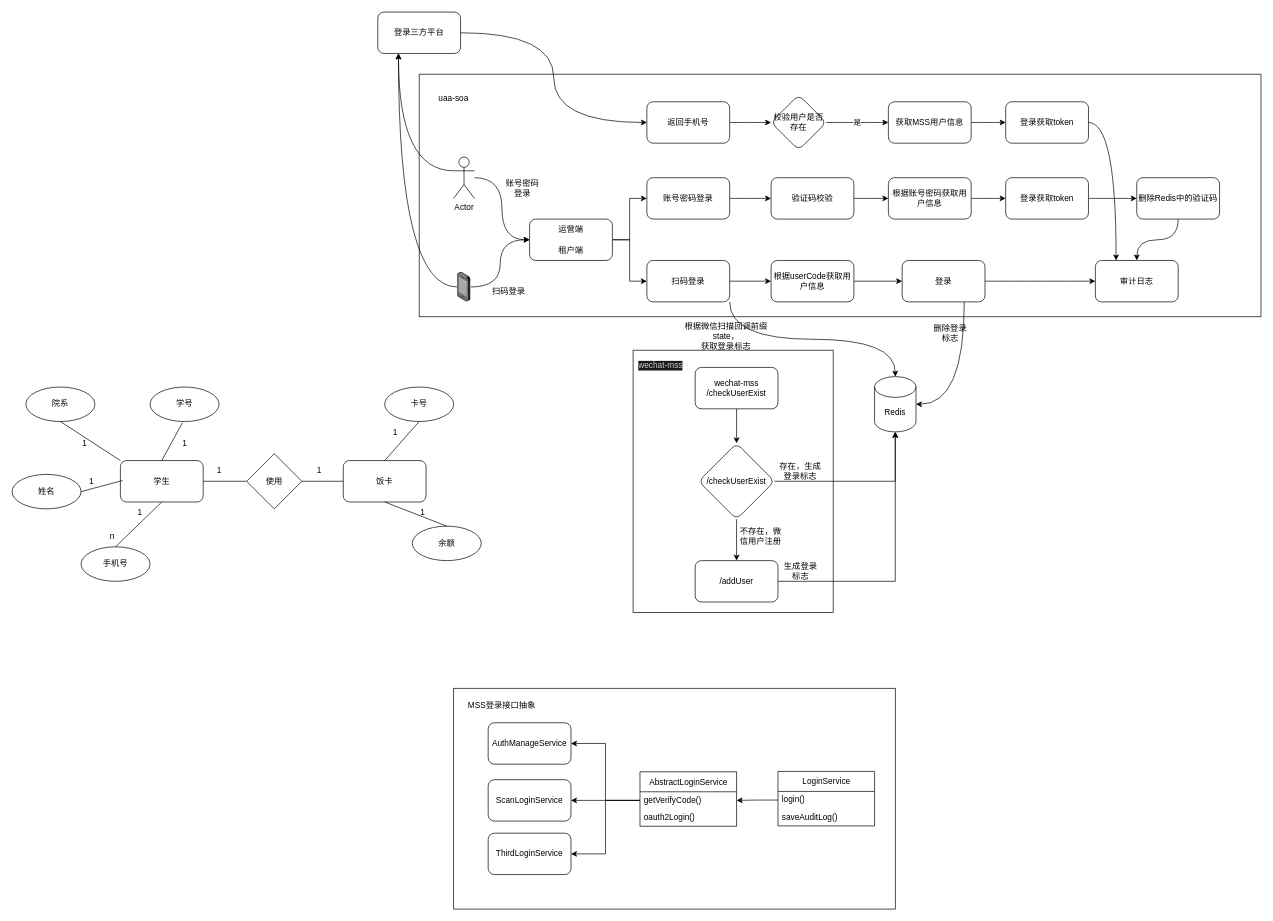
This is ah-security/src/main/java/com/zhansc/ahsecurity/mss/mss登录认证.drawio from zhansc/worksheet, a draw.io file, before an edit. Source tidied: cells renumbered, new cells numbered last; positions are measured from the earlier drawing's top-left corner, leaving out a move shared by most shapes. Both pictures are drawn from the tidied source at 69%, with x=0, y=0 at pixel (12, 12).
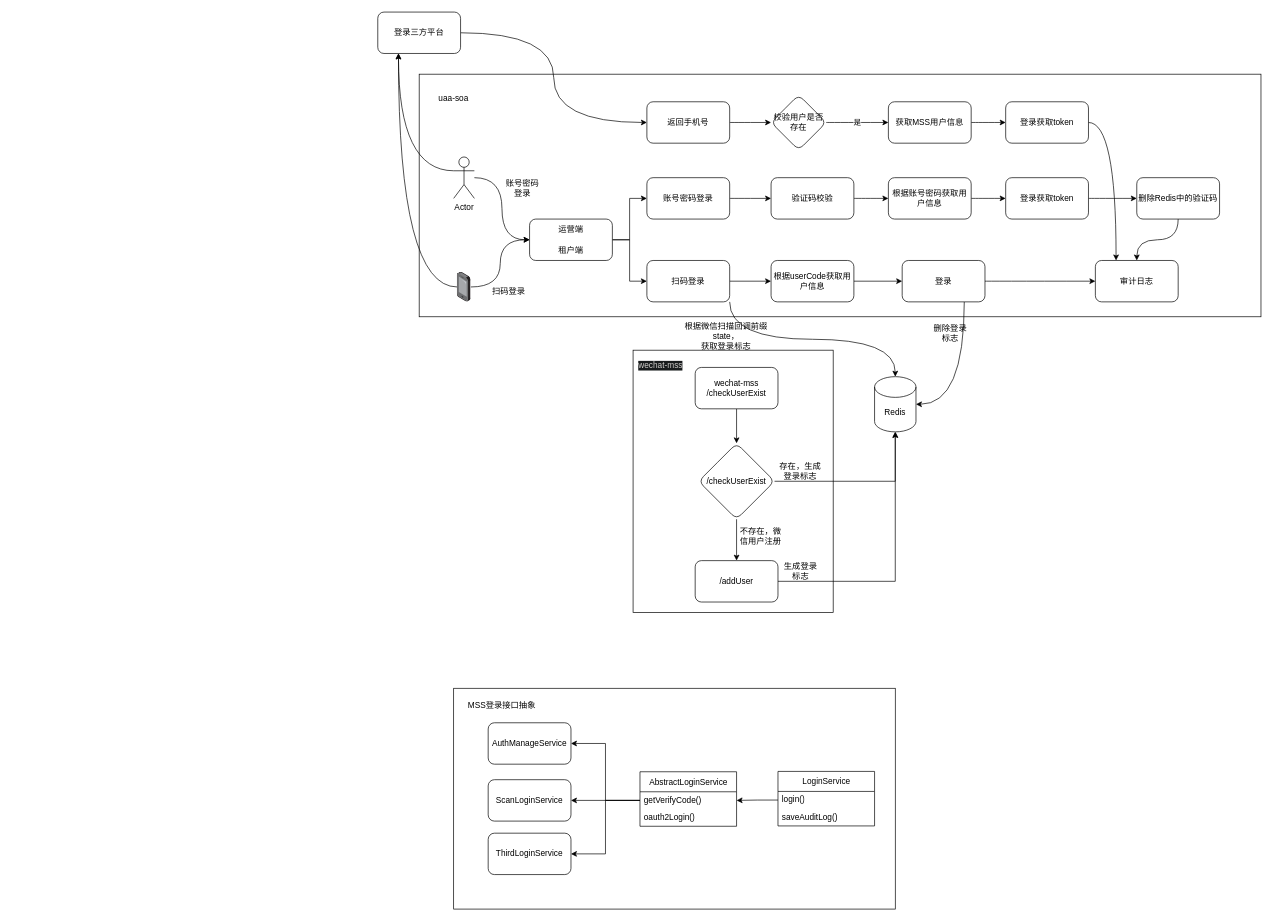
The same diagram, later.

What changed in the source:
```diff
@@
-    <mxCell id="76" value="学生" style="rounded=1;whiteSpace=wrap;html=1;" parent="1" vertex="1">
-      <mxGeometry x="157" y="650" width="120" height="60" as="geometry" />
-    </mxCell>
-    <mxCell id="77" value="院系" style="ellipse;whiteSpace=wrap;html=1;" parent="1" vertex="1">
-      <mxGeometry x="20" y="543.4" width="100" height="50" as="geometry" />
-    </mxCell>
-    <mxCell id="78" value="手机号" style="ellipse;whiteSpace=wrap;html=1;" parent="1" vertex="1">
-      <mxGeometry x="100" y="775" width="100" height="50" as="geometry" />
-    </mxCell>
-    <mxCell id="79" value="学号" style="ellipse;whiteSpace=wrap;html=1;" parent="1" vertex="1">
-      <mxGeometry x="200" y="543.4" width="100" height="50" as="geometry" />
-    </mxCell>
-    <mxCell id="80" value="姓名" style="ellipse;whiteSpace=wrap;html=1;" parent="1" vertex="1">
-      <mxGeometry y="670" width="100" height="50" as="geometry" />
-    </mxCell>
-    <mxCell id="81" value="饭卡" style="rounded=1;whiteSpace=wrap;html=1;" parent="1" vertex="1">
-      <mxGeometry x="480" y="650" width="120" height="60" as="geometry" />
-    </mxCell>
-    <mxCell id="82" value="卡号" style="ellipse;whiteSpace=wrap;html=1;" parent="1" vertex="1">
-      <mxGeometry x="540" y="543.4" width="100" height="50" as="geometry" />
-    </mxCell>
-    <mxCell id="83" value="余额" style="ellipse;whiteSpace=wrap;html=1;" parent="1" vertex="1">
-      <mxGeometry x="580" y="745" width="100" height="50" as="geometry" />
-    </mxCell>
-    <mxCell id="84" value="使用" style="rhombus;whiteSpace=wrap;html=1;" parent="1" vertex="1">
-      <mxGeometry x="340" y="640" width="80" height="80" as="geometry" />
-    </mxCell>
-    <mxCell id="85" style="endArrow=none;html=1;rounded=0;entryX=0;entryY=0.5;entryDx=0;entryDy=0;exitX=1;exitY=0.5;exitDx=0;exitDy=0;" parent="1" edge="1" source="84" target="81">
-      <mxGeometry relative="1" as="geometry" />
-    </mxCell>
-    <mxCell id="86" style="endArrow=none;html=1;rounded=0;exitX=1;exitY=0.5;exitDx=0;exitDy=0;entryX=0;entryY=0.5;entryDx=0;entryDy=0;" parent="1" edge="1" source="76" target="84">
-      <mxGeometry relative="1" as="geometry" />
-    </mxCell>
-    <mxCell id="87" value="1" style="text;html=1;align=center;verticalAlign=middle;strokeColor=none;fillColor=none;" parent="1" vertex="1">
-      <mxGeometry x="285" y="650" width="30" height="30" as="geometry" />
-    </mxCell>
-    <mxCell id="88" value="1" style="text;html=1;align=center;verticalAlign=middle;strokeColor=none;fillColor=none;" parent="1" vertex="1">
-      <mxGeometry x="430" y="650" width="30" height="30" as="geometry" />
-    </mxCell>
-    <mxCell id="89" style="endArrow=none;html=1;rounded=0;entryX=0.025;entryY=0.483;entryDx=0;entryDy=0;exitX=1;exitY=0.5;exitDx=0;exitDy=0;entryPerimeter=0;" parent="1" edge="1" source="80" target="76">
-      <mxGeometry relative="1" as="geometry" />
-    </mxCell>
-    <mxCell id="90" value="1" style="text;html=1;align=center;verticalAlign=middle;strokeColor=none;fillColor=none;" parent="1" vertex="1">
-      <mxGeometry x="100" y="665" width="30" height="30" as="geometry" />
-    </mxCell>
-    <mxCell id="91" style="endArrow=none;html=1;rounded=0;entryX=0.5;entryY=1;entryDx=0;entryDy=0;exitX=0.5;exitY=0;exitDx=0;exitDy=0;" parent="1" edge="1" source="78" target="76">
-      <mxGeometry relative="1" as="geometry" />
-    </mxCell>
-    <mxCell id="92" value="1" style="text;html=1;align=center;verticalAlign=middle;strokeColor=none;fillColor=none;" parent="1" vertex="1">
-      <mxGeometry x="170" y="710" width="30" height="30" as="geometry" />
-    </mxCell>
-    <mxCell id="93" value="n" style="text;html=1;align=center;verticalAlign=middle;strokeColor=none;fillColor=none;" parent="1" vertex="1">
-      <mxGeometry x="130" y="745" width="30" height="30" as="geometry" />
-    </mxCell>
-    <mxCell id="94" style="endArrow=none;html=1;rounded=0;entryX=0.567;entryY=0.053;entryDx=0;entryDy=0;exitX=0.5;exitY=0;exitDx=0;exitDy=0;entryPerimeter=0;" parent="1" edge="1" source="76">
-      <mxGeometry relative="1" as="geometry">
-        <mxPoint x="247" y="595" as="targetPoint" />
-      </mxGeometry>
-    </mxCell>
-    <mxCell id="95" value="1" style="text;html=1;align=center;verticalAlign=middle;strokeColor=none;fillColor=none;" parent="1" vertex="1">
-      <mxGeometry x="235" y="610" width="30" height="30" as="geometry" />
-    </mxCell>
-    <mxCell id="96" style="endArrow=none;html=1;rounded=0;entryX=0.5;entryY=1;entryDx=0;entryDy=0;exitX=0;exitY=0;exitDx=0;exitDy=0;" parent="1" edge="1" source="76" target="77">
-      <mxGeometry relative="1" as="geometry" />
-    </mxCell>
-    <mxCell id="97" value="1" style="text;html=1;align=center;verticalAlign=middle;strokeColor=none;fillColor=none;" parent="1" vertex="1">
-      <mxGeometry x="90" y="610" width="30" height="30" as="geometry" />
-    </mxCell>
-    <mxCell id="98" style="endArrow=none;html=1;rounded=0;entryX=0.5;entryY=1;entryDx=0;entryDy=0;exitX=0.5;exitY=0;exitDx=0;exitDy=0;" parent="1" edge="1" source="81" target="82">
-      <mxGeometry relative="1" as="geometry" />
-    </mxCell>
-    <mxCell id="99" value="1" style="text;html=1;align=center;verticalAlign=middle;strokeColor=none;fillColor=none;" parent="1" vertex="1">
-      <mxGeometry x="540" y="595" width="30" height="30" as="geometry" />
-    </mxCell>
-    <mxCell id="100" style="endArrow=none;html=1;rounded=0;entryX=0.5;entryY=0;entryDx=0;entryDy=0;exitX=0.5;exitY=1;exitDx=0;exitDy=0;" parent="1" edge="1" source="81" target="83">
-      <mxGeometry relative="1" as="geometry" />
-    </mxCell>
-    <mxCell id="101" value="1" style="text;html=1;align=center;verticalAlign=middle;strokeColor=none;fillColor=none;" parent="1" vertex="1">
-      <mxGeometry x="580" y="710" width="30" height="30" as="geometry" />
-    </mxCell>
```
